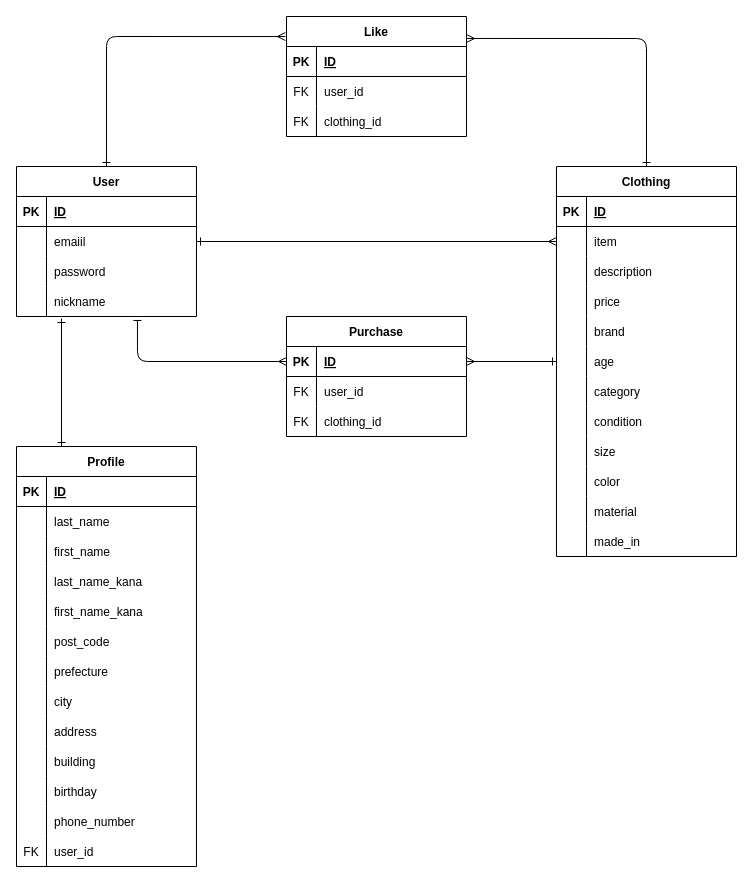
Earlier version of the draw.io diagram page "ER図" (1 of 2) of ER.dio (tdoaftl/millesimato). Source tidied: cells renumbered, new cells numbered last; positions are measured from the earlier drawing's top-left corner, leaving out a move shared by most shapes. Both pictures are drawn from the tidied source at 100%, with x=0, y=0 at pixel (16, 16).
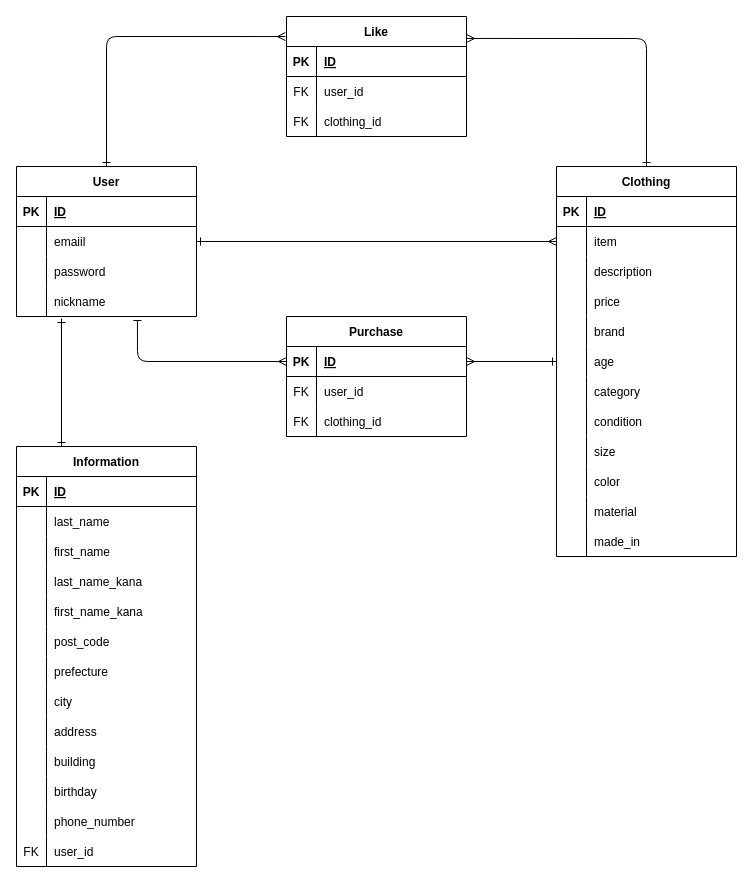
The same diagram, later.

The edit, as a diff of the source:
```diff
@@
-    <mxCell id="75" value="Profile" style="shape=table;startSize=30;childLayout=tableLayout;rowLines=0;fontStyle=1;align=center;" parent="1" vertex="1">
+    <mxCell id="75" value="Information" style="shape=table;startSize=30;childLayout=tableLayout;rowLines=0;fontStyle=1;align=center;" parent="1" vertex="1">
       <mxGeometry y="430" width="180" height="420" as="geometry" />
     </mxCell>
```
